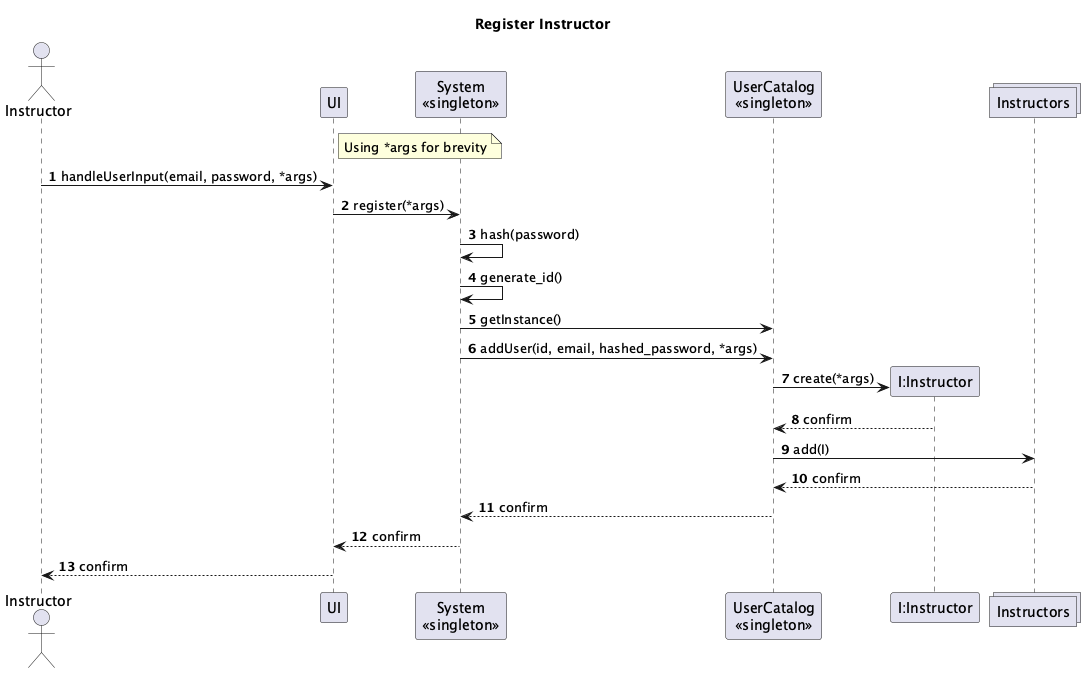
This is System-Diagrams/UML Interaction/Instructor/Instructor-Interactions.png from vibqetowi/soen-342-project, a PlantUML export, as it was before one commit.
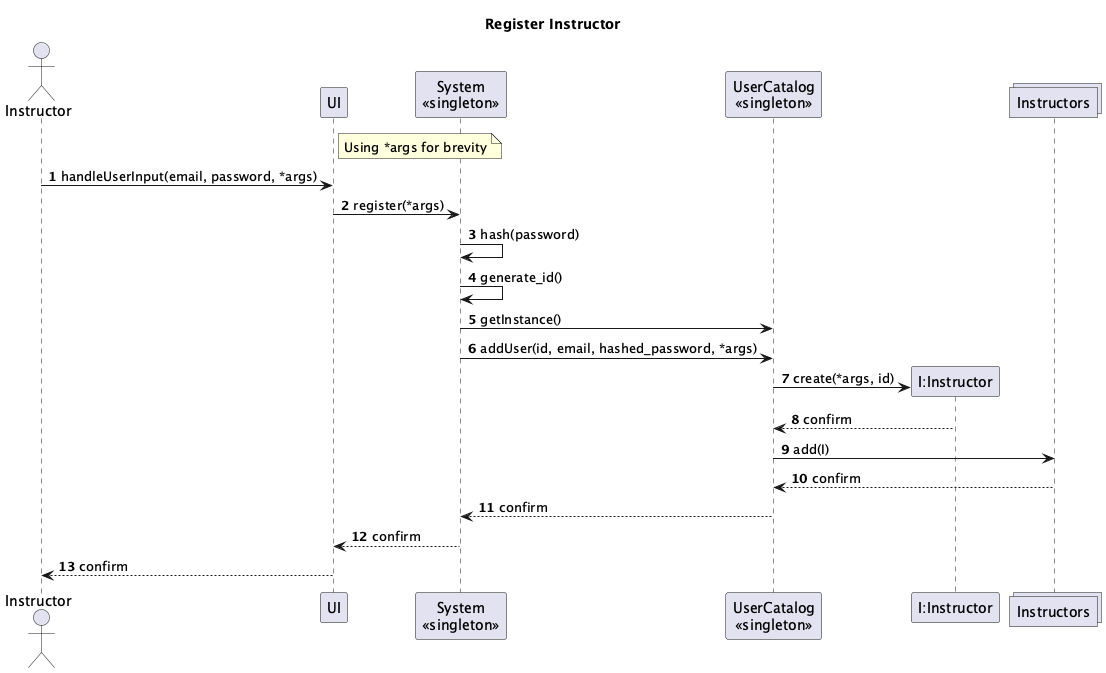
The same diagram one commit later.

The edit, as a diff of the source:
```diff
@@ -22,7 +22,7 @@
 
 System -> UserCatalog: getInstance()
 System -> UserCatalog: addUser(id, email, hashed_password, *args)
-UserCatalog -> User **: create(*args)
+UserCatalog -> User **: create(*args, id)
 
 User --> UserCatalog: confirm
 UserCatalog -> Instructors: add(I)
```
